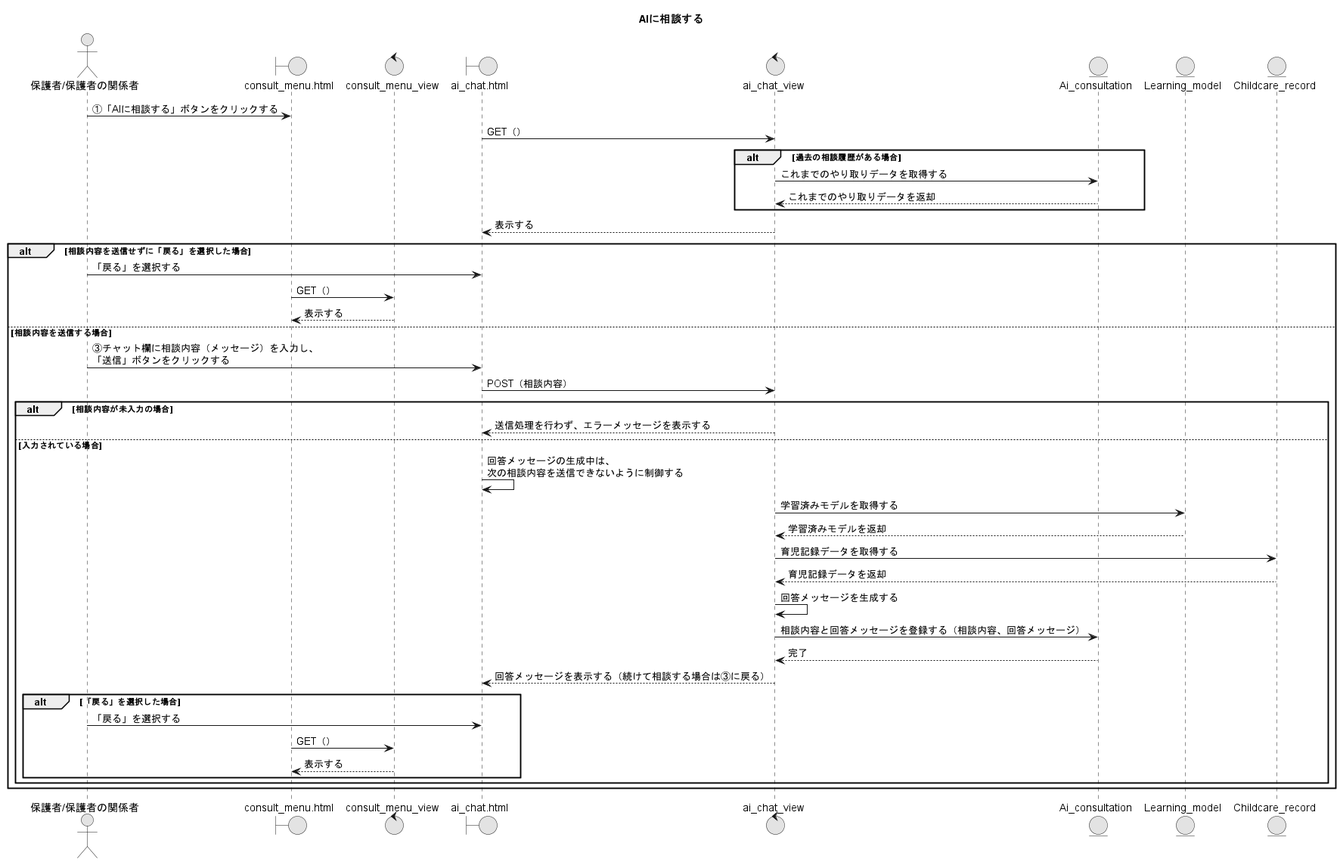
Ma2naga190330/26_sotugyou_puml keeps this PlantUML diagram as PNG/09_AIに相談する.png. Above is the earlier version.
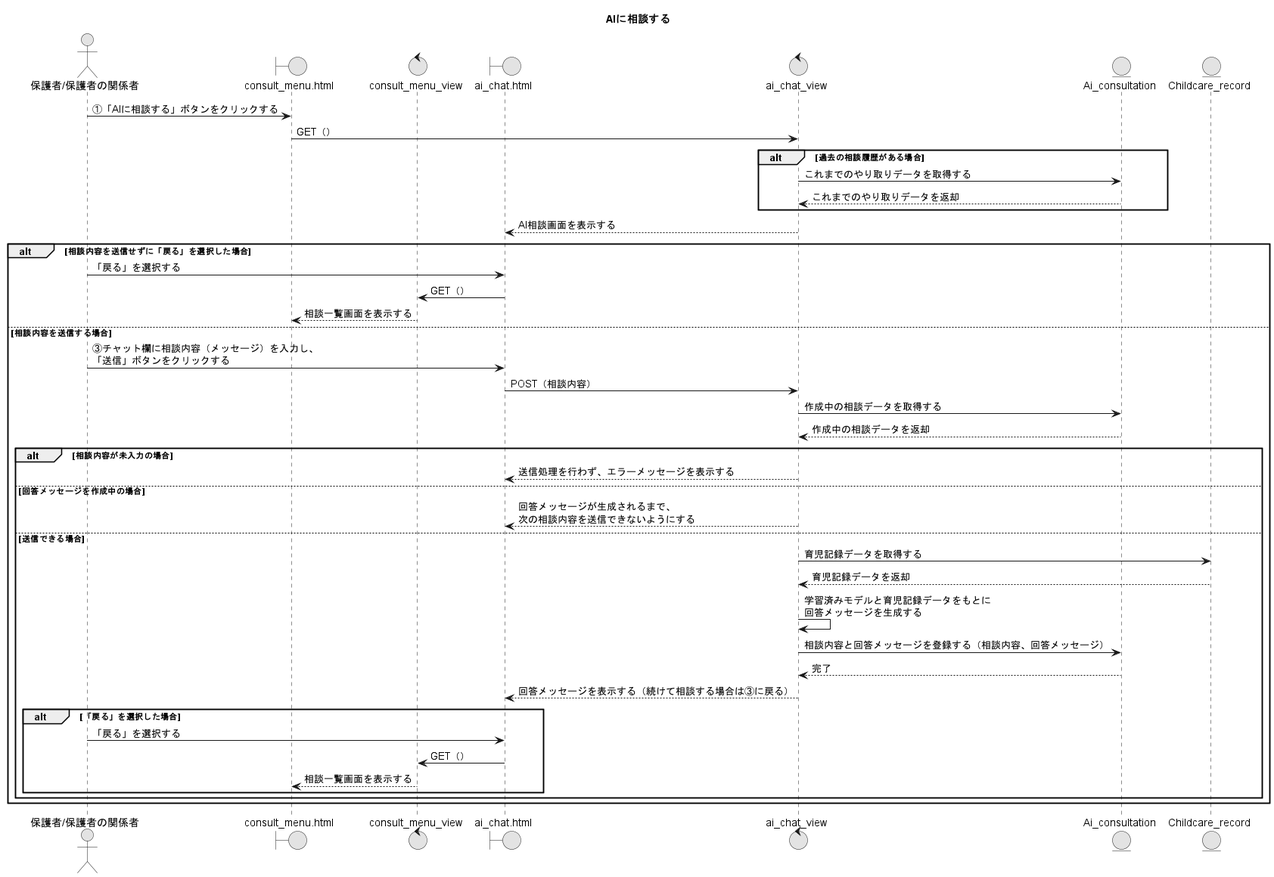
Later version of the same file.

Change to the diagram source:
```diff
@@ -9,40 +9,40 @@
 boundary "ai_chat.html" as ACP
 control "ai_chat_view" as ACV
 entity "Ai_consultation" as ACSM
-entity "Learning_model" as LMM
 entity "Childcare_record" as CRM
 
 A -> CMP : ①「AIに相談する」ボタンをクリックする
-ACP -> ACV : GET（）
+CMP -> ACV : GET（）
 alt 過去の相談履歴がある場合
   ACV -> ACSM : これまでのやり取りデータを取得する
   ACV <-- ACSM : これまでのやり取りデータを返却
 end
-ACV --> ACP : 表示する
+ACV --> ACP : AI相談画面を表示する
 
 alt 相談内容を送信せずに「戻る」を選択した場合
   A -> ACP : 「戻る」を選択する
-  CMP -> CMV : GET（）
-  CMV --> CMP : 表示する
+  ACP -> CMV : GET（）
+  CMV --> CMP : 相談一覧画面を表示する
 else 相談内容を送信する場合
   A -> ACP : ③チャット欄に相談内容（メッセージ）を入力し、\n「送信」ボタンをクリックする
   ACP -> ACV : POST（相談内容）
+  ACV -> ACSM : 作成中の相談データを取得する
+  ACV <-- ACSM : 作成中の相談データを返却
   alt 相談内容が未入力の場合
     ACV --> ACP : 送信処理を行わず、エラーメッセージを表示する
-  else 入力されている場合
-    ACP -> ACP : 回答メッセージの生成中は、\n次の相談内容を送信できないように制御する
-    ACV -> LMM : 学習済みモデルを取得する
-    ACV <-- LMM : 学習済みモデルを返却
+  else 回答メッセージを作成中の場合
+    ACV --> ACP : 回答メッセージが生成されるまで、\n次の相談内容を送信できないようにする
+  else 送信できる場合
     ACV -> CRM : 育児記録データを取得する
     ACV <-- CRM : 育児記録データを返却
-    ACV -> ACV : 回答メッセージを生成する
+    ACV -> ACV : 学習済みモデルと育児記録データをもとに\n回答メッセージを生成する
     ACV -> ACSM : 相談内容と回答メッセージを登録する（相談内容、回答メッセージ）
     ACV <-- ACSM : 完了
     ACV --> ACP : 回答メッセージを表示する（続けて相談する場合は③に戻る）
     alt 「戻る」を選択した場合
       A -> ACP : 「戻る」を選択する
-      CMP -> CMV : GET（）
-      CMV --> CMP : 表示する
+      ACP -> CMV : GET（）
+      CMV --> CMP : 相談一覧画面を表示する
     end
   end
 end
```
